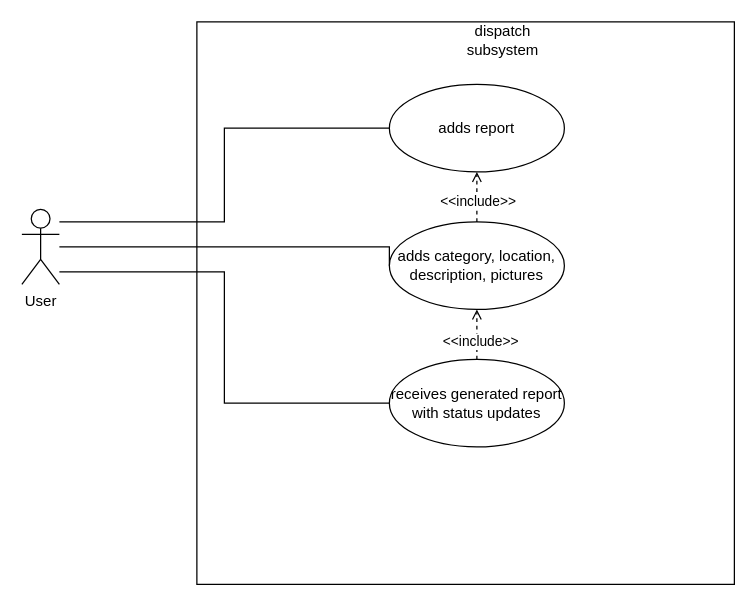
Before: updated usecases/dispatch.drawio in Kari19/D1, a draw.io diagram. Source tidied: cells renumbered, new cells numbered last; positions are measured from the earlier drawing's top-left corner, leaving out a move shared by most shapes. Both pictures are drawn from the tidied source at 125%, with x=0, y=0 at pixel (21, 21).
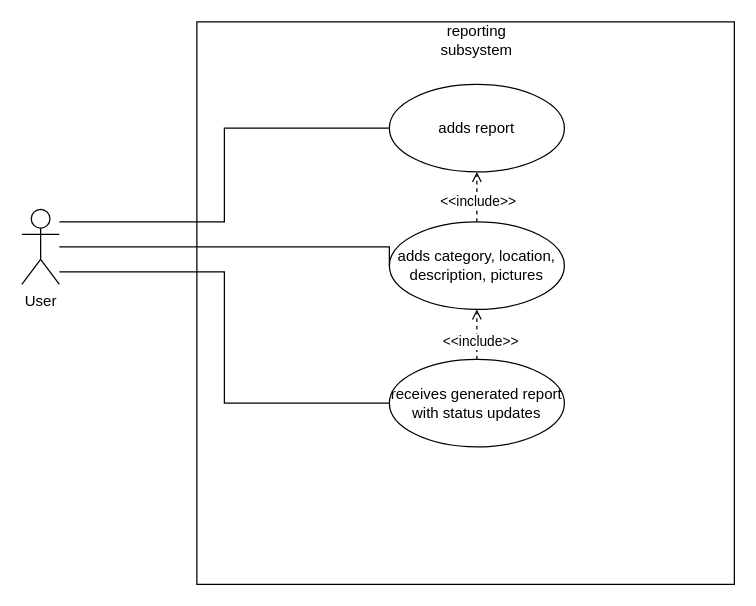
Above is the later version.

What changed in the source:
```diff
@@
 <mxGraphModel>
   <root>
     <mxCell id="0" />
     <mxCell id="1" parent="0" />
     <mxCell id="2" style="rounded=0;whiteSpace=wrap;html=1;" parent="1" vertex="1">
       <mxGeometry x="140" width="430" height="450" as="geometry" />
     </mxCell>
     <mxCell id="3" style="edgeStyle=orthogonalEdgeStyle;rounded=0;jettySize=auto;html=1;endArrow=none;startFill=0;entryX=0;entryY=0.5;entryDx=0;entryDy=0;" parent="1" edge="1" source="6" target="11">
       <mxGeometry relative="1" as="geometry">
         <Array as="points">
           <mxPoint x="294" y="180" />
         </Array>
       </mxGeometry>
     </mxCell>
     <mxCell id="4" style="edgeStyle=orthogonalEdgeStyle;rounded=0;jettySize=auto;html=1;entryX=0;entryY=0.5;entryDx=0;entryDy=0;endArrow=none;startFill=0;" parent="1" edge="1" source="6" target="8">
       <mxGeometry relative="1" as="geometry">
         <Array as="points">
           <mxPoint x="162" y="160" />
           <mxPoint x="162" y="85" />
         </Array>
       </mxGeometry>
     </mxCell>
     <mxCell id="5" style="edgeStyle=orthogonalEdgeStyle;rounded=0;jettySize=auto;html=1;endArrow=none;startFill=0;entryX=0;entryY=0.5;entryDx=0;entryDy=0;" parent="1" edge="1" source="6" target="14">
       <mxGeometry relative="1" as="geometry">
         <Array as="points">
           <mxPoint x="162" y="200" />
           <mxPoint x="162" y="305" />
         </Array>
       </mxGeometry>
     </mxCell>
     <mxCell id="6" value="User" style="shape=umlActor;verticalLabelPosition=bottom;verticalAlign=top;html=1;outlineConnect=0;" parent="1" vertex="1">
       <mxGeometry y="150" width="30" height="60" as="geometry" />
     </mxCell>
-    <mxCell id="7" value="dispatch subsystem" style="text;html=1;align=center;verticalAlign=middle;whiteSpace=wrap;rounded=0;" parent="1" vertex="1">
-      <mxGeometry x="355" width="60" height="30" as="geometry" />
+    <mxCell id="7" value="reporting subsystem" style="text;html=1;align=center;verticalAlign=middle;whiteSpace=wrap;rounded=0;" parent="1" vertex="1">
+      <mxGeometry x="334" width="60" height="30" as="geometry" />
     </mxCell>
     <mxCell id="8" value="adds report" style="ellipse;whiteSpace=wrap;html=1;" parent="1" vertex="1">
       <mxGeometry x="294" y="50" width="140" height="70" as="geometry" />
     </mxCell>
     <mxCell id="9" style="edgeStyle=orthogonalEdgeStyle;rounded=0;jettySize=auto;html=1;dashed=1;endArrow=open;endFill=0;" parent="1" edge="1" source="11" target="8">
       <mxGeometry relative="1" as="geometry" />
     </mxCell>
     <mxCell id="10" value="&amp;lt;&amp;lt;include&amp;gt;&amp;gt;" style="edgeLabel;html=1;align=center;verticalAlign=middle;" parent="9" vertex="1">
       <mxGeometry x="-0.16" relative="1" as="geometry" />
     </mxCell>
     <mxCell id="11" value="adds category, location, description, pictures" style="ellipse;whiteSpace=wrap;html=1;" parent="1" vertex="1">
       <mxGeometry x="294" y="160" width="140" height="70" as="geometry" />
     </mxCell>
     <mxCell id="12" style="edgeStyle=orthogonalEdgeStyle;rounded=0;jettySize=auto;html=1;endArrow=open;endFill=0;dashed=1;" parent="1" edge="1" source="14" target="11">
       <mxGeometry relative="1" as="geometry" />
     </mxCell>
     <mxCell id="13" value="&amp;lt;&amp;lt;include&amp;gt;&amp;gt;" style="edgeLabel;html=1;align=center;verticalAlign=middle;" parent="12" vertex="1">
       <mxGeometry x="-0.25" y="-2" relative="1" as="geometry" />
     </mxCell>
     <mxCell id="14" value="receives generated report with status updates" style="ellipse;whiteSpace=wrap;html=1;" parent="1" vertex="1">
       <mxGeometry x="294" y="270" width="140" height="70" as="geometry" />
     </mxCell>
   </root>
 </mxGraphModel>
```
